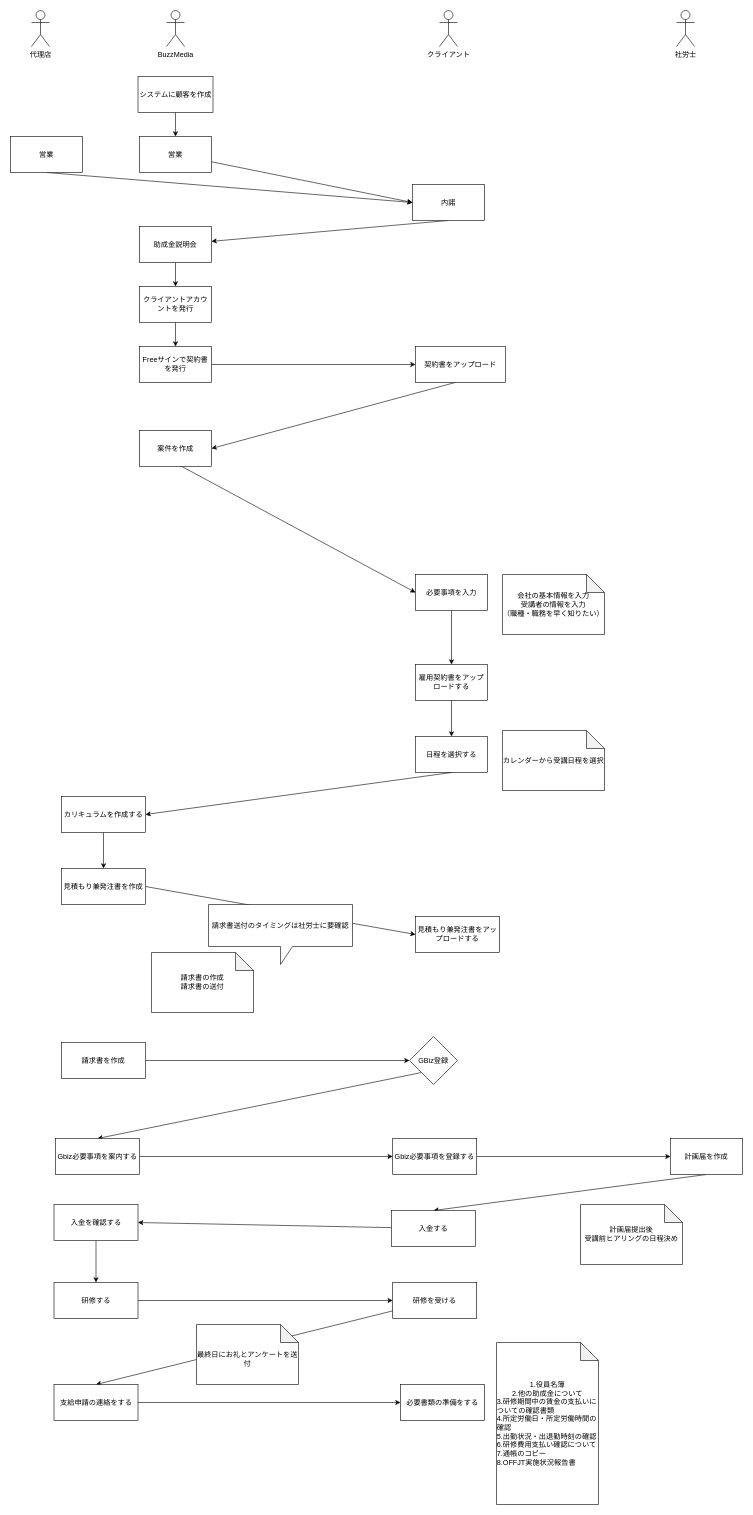
Earlier version of the draw.io diagram docs/設計/10_業務フロー図.drawio (yokumura-buzzmedia/grant-management). Source tidied: cells renumbered, new cells numbered last; positions are measured from the earlier drawing's top-left corner, leaving out a move shared by most shapes. Both pictures are drawn from the tidied source at 60%, with x=0, y=0 at pixel (10, 10).
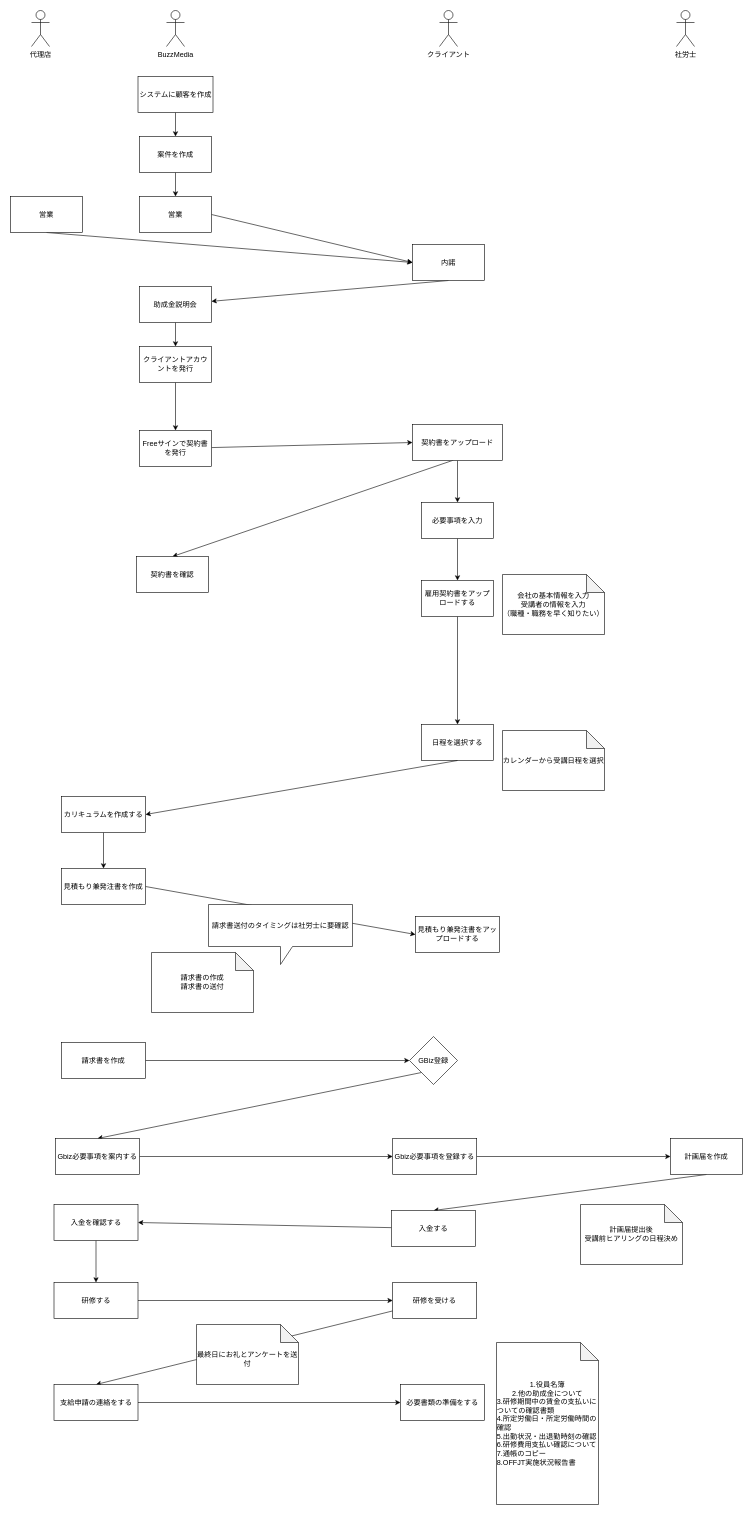
The same diagram, later.

The change refers to these unchanged cells:
```xml
<mxCell id="40" value="システムに顧客を作成" style="rounded=0;whiteSpace=wrap;html=1;" parent="1" vertex="1">
  <mxGeometry x="212.5" y="110" width="125" height="60" as="geometry" />
</mxCell>
```

The edit, as a diff of the source:
```diff
@@
-    <mxCell id="2" style="edgeStyle=none;html=1;entryX=0;entryY=0.5;entryDx=0;entryDy=0;" parent="1" edge="1" source="3" target="9">
+    <mxCell id="2" style="edgeStyle=none;html=1;entryX=0;entryY=0.5;entryDx=0;entryDy=0;exitX=1;exitY=0.5;exitDx=0;exitDy=0;" parent="1" edge="1" source="3" target="9">
       <mxGeometry relative="1" as="geometry" />
     </mxCell>
     <mxCell id="3" value="営業" style="rounded=0;whiteSpace=wrap;html=1;" parent="1" vertex="1">
-      <mxGeometry x="215" y="210" width="120" height="60" as="geometry" />
+      <mxGeometry x="215" y="310" width="120" height="60" as="geometry" />
     </mxCell>
-    <mxCell id="4" style="edgeStyle=none;html=1;entryX=0;entryY=0.5;entryDx=0;entryDy=0;exitX=0.558;exitY=0.967;exitDx=0;exitDy=0;exitPerimeter=0;" parent="1" edge="1" source="5" target="11">
+    <mxCell id="4" style="edgeStyle=none;html=1;entryX=0.5;entryY=0;entryDx=0;entryDy=0;exitX=0.5;exitY=1;exitDx=0;exitDy=0;" parent="1" edge="1" source="19" target="16">
       <mxGeometry relative="1" as="geometry" />
     </mxCell>
+    <mxCell id="63" style="edgeStyle=none;html=1;entryX=0.5;entryY=0;entryDx=0;entryDy=0;" parent="1" edge="1" source="5" target="3">
+      <mxGeometry relative="1" as="geometry" />
+    </mxCell>
     <mxCell id="5" value="案件を作成" style="rounded=0;whiteSpace=wrap;html=1;" parent="1" vertex="1">
-      <mxGeometry x="215" y="700" width="120" height="60" as="geometry" />
+      <mxGeometry x="215" y="210" width="120" height="60" as="geometry" />
     </mxCell>
@@
     <mxCell id="7" value="助成金説明会" style="rounded=0;whiteSpace=wrap;html=1;" parent="1" vertex="1">
-      <mxGeometry x="215" y="360" width="120" height="60" as="geometry" />
+      <mxGeometry x="215" y="460" width="120" height="60" as="geometry" />
     </mxCell>
@@
     <mxCell id="9" value="内諾" style="rounded=0;whiteSpace=wrap;html=1;" parent="1" vertex="1">
-      <mxGeometry x="670" y="290" width="120" height="60" as="geometry" />
+      <mxGeometry x="670" y="390" width="120" height="60" as="geometry" />
     </mxCell>
@@
     <mxCell id="11" value="必要事項を入力" style="rounded=0;whiteSpace=wrap;html=1;" parent="1" vertex="1">
-      <mxGeometry x="675" y="940" width="120" height="60" as="geometry" />
+      <mxGeometry x="685" y="820" width="120" height="60" as="geometry" />
     </mxCell>
@@
     <mxCell id="16" value="日程を選択する" style="rounded=0;whiteSpace=wrap;html=1;" parent="1" vertex="1">
-      <mxGeometry x="675" y="1210" width="120" height="60" as="geometry" />
+      <mxGeometry x="685" y="1190" width="120" height="60" as="geometry" />
     </mxCell>
@@
     <mxCell id="19" value="雇用契約書をアップロードする" style="rounded=0;whiteSpace=wrap;html=1;" parent="1" vertex="1">
-      <mxGeometry x="675" y="1090" width="120" height="60" as="geometry" />
+      <mxGeometry x="685" y="950" width="120" height="60" as="geometry" />
     </mxCell>
@@
-    <mxCell id="21" style="edgeStyle=none;html=1;exitX=0.5;exitY=1;exitDx=0;exitDy=0;" parent="1" edge="1" source="19">
-      <mxGeometry relative="1" as="geometry">
-        <mxPoint x="735" y="1210" as="targetPoint" />
-      </mxGeometry>
-    </mxCell>
@@
     <mxCell id="32" value="営業" style="rounded=0;whiteSpace=wrap;html=1;" parent="1" vertex="1">
-      <mxGeometry y="210" width="120" height="60" as="geometry" />
+      <mxGeometry y="310" width="120" height="60" as="geometry" />
     </mxCell>
@@
     <mxCell id="34" value="クライアントアカウントを発行" style="rounded=0;whiteSpace=wrap;html=1;" parent="1" vertex="1">
-      <mxGeometry x="215" y="460" width="120" height="60" as="geometry" />
+      <mxGeometry x="215" y="560" width="120" height="60" as="geometry" />
     </mxCell>
@@
     <mxCell id="36" value="Freeサインで契約書を発行" style="rounded=0;whiteSpace=wrap;html=1;" parent="1" vertex="1">
-      <mxGeometry x="215" y="560" width="120" height="60" as="geometry" />
+      <mxGeometry x="215" y="700" width="120" height="60" as="geometry" />
     </mxCell>
-    <mxCell id="37" style="edgeStyle=none;html=1;entryX=1;entryY=0.5;entryDx=0;entryDy=0;exitX=0.453;exitY=0.992;exitDx=0;exitDy=0;exitPerimeter=0;" parent="1" edge="1" source="38" target="5">
+    <mxCell id="37" style="edgeStyle=none;html=1;exitX=0.453;exitY=0.992;exitDx=0;exitDy=0;exitPerimeter=0;entryX=0.5;entryY=0;entryDx=0;entryDy=0;" parent="1" edge="1" source="38" target="65">
       <mxGeometry relative="1" as="geometry" />
     </mxCell>
+    <mxCell id="64" style="edgeStyle=none;html=1;" parent="1" edge="1" source="38" target="11">
+      <mxGeometry relative="1" as="geometry" />
+    </mxCell>
     <mxCell id="38" value="契約書をアップロード" style="rounded=0;whiteSpace=wrap;html=1;" parent="1" vertex="1">
-      <mxGeometry x="675" y="560" width="150" height="60" as="geometry" />
+      <mxGeometry x="670" y="690" width="150" height="60" as="geometry" />
     </mxCell>
-    <mxCell id="39" style="edgeStyle=none;html=1;exitX=0.5;exitY=1;exitDx=0;exitDy=0;entryX=0.5;entryY=0;entryDx=0;entryDy=0;" parent="1" edge="1" source="40" target="3">
+    <mxCell id="39" style="edgeStyle=none;html=1;exitX=0.5;exitY=1;exitDx=0;exitDy=0;entryX=0.5;entryY=0;entryDx=0;entryDy=0;" parent="1" edge="1" source="40" target="5">
       <mxGeometry relative="1" as="geometry" />
     </mxCell>
@@
+    <mxCell id="65" value="契約書を確認" style="rounded=0;whiteSpace=wrap;html=1;" parent="1" vertex="1">
+      <mxGeometry x="210" y="910" width="120" height="60" as="geometry" />
+    </mxCell>
```
